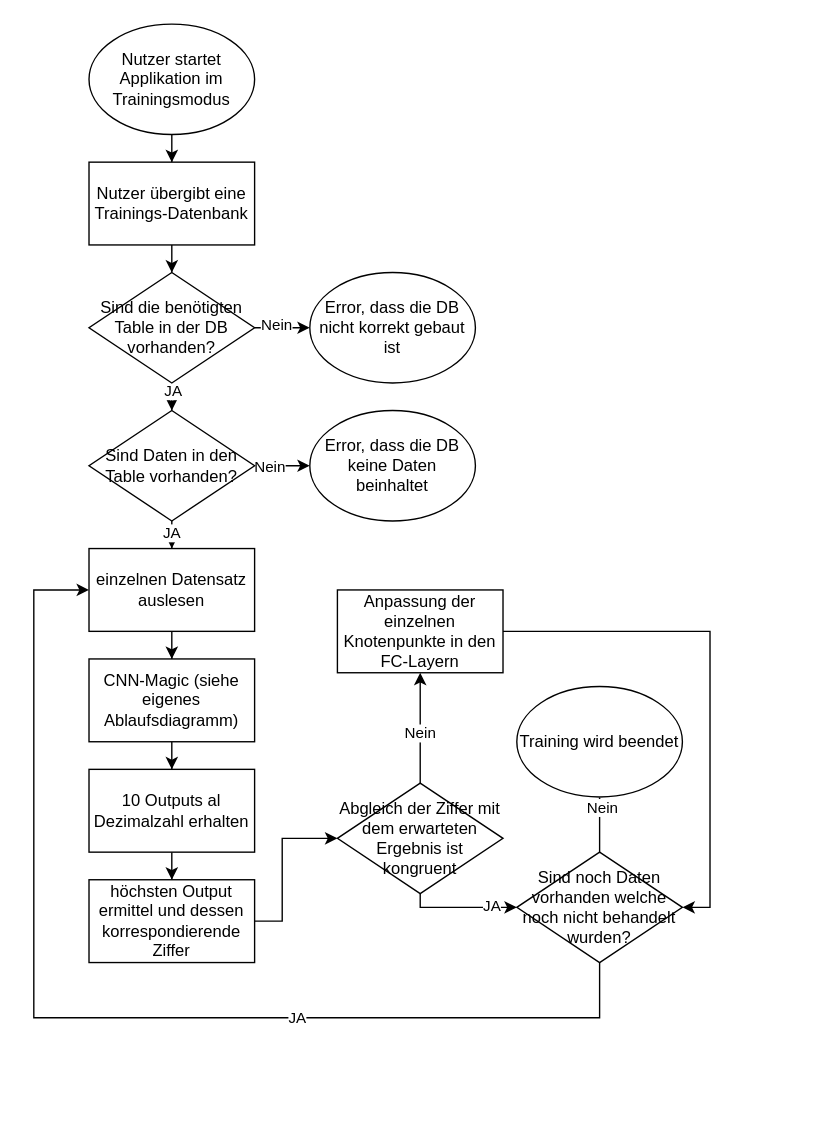
MrS-E/CKi keeps this draw.io diagram as Arbeitsabschnitte&Grundlagen/Analyse/Diagramme/Ablaufdiagramm Training.drawio. Above is the earlier version. Source tidied: cells renumbered, new cells numbered last; positions are measured from the earlier drawing's top-left corner, leaving out a move shared by most shapes. Both pictures are drawn from the tidied source at 138%, with x=0, y=0 at pixel (33, 23).
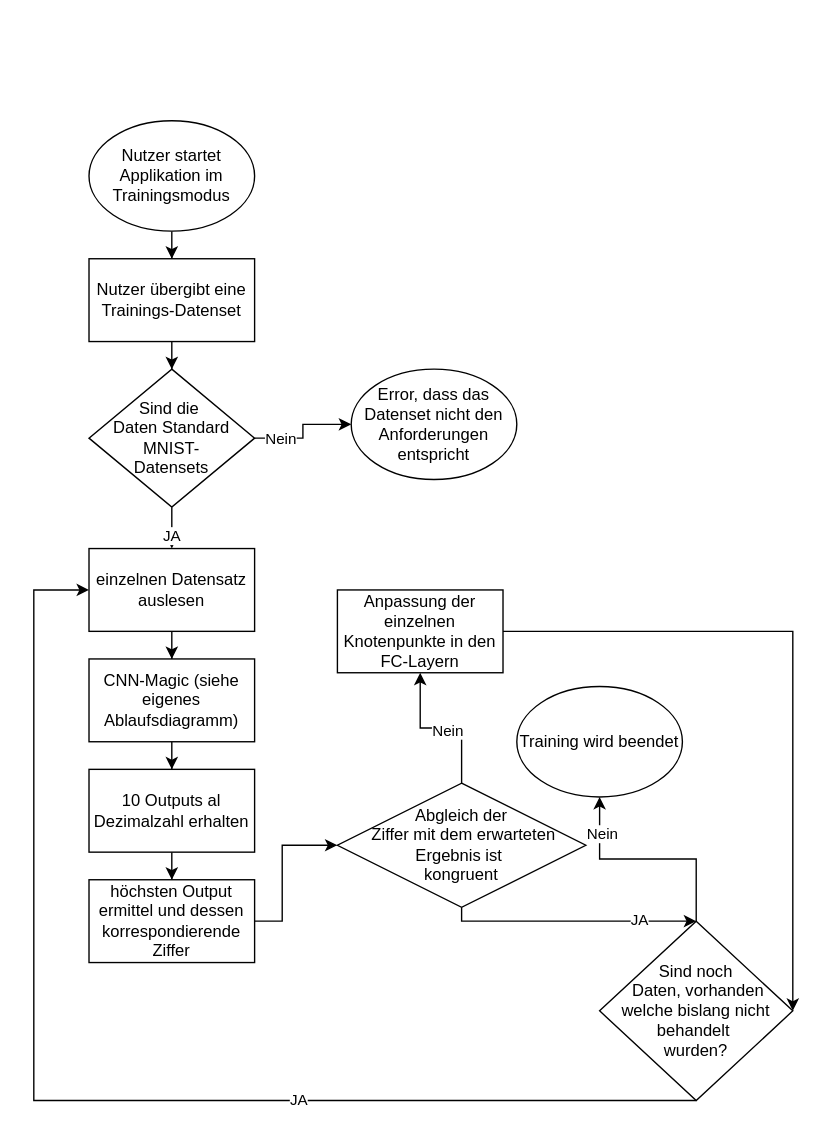
After the change.

Unchanged cells that the change refers to:
```xml
<mxCell id="17" value="einzelnen Datensatz auslesen" style="whiteSpace=wrap;html=1;" parent="1" vertex="1">
  <mxGeometry x="40" y="380" width="120" height="60" as="geometry" />
</mxCell>
<mxCell id="23" value="höchsten Output ermittel und dessen korrespondierende Ziffer" style="whiteSpace=wrap;html=1;" parent="1" vertex="1">
  <mxGeometry x="40" y="620" width="120" height="60" as="geometry" />
</mxCell>
<mxCell id="36" value="Anpassung der einzelnen Knotenpunkte in den FC-Layern" style="whiteSpace=wrap;html=1;" parent="1" vertex="1">
  <mxGeometry x="220" y="410" width="120" height="60" as="geometry" />
</mxCell>
```

Diff of the diagram source:
```diff
@@
     <mxCell id="3" value="Nutzer startet Applikation im Trainingsmodus" style="ellipse;whiteSpace=wrap;html=1;" parent="1" vertex="1">
-      <mxGeometry x="40" width="120" height="80" as="geometry" />
+      <mxGeometry x="40" y="70" width="120" height="80" as="geometry" />
     </mxCell>
-    <mxCell id="4" style="edgeStyle=orthogonalEdgeStyle;rounded=0;jettySize=auto;html=1;" parent="1" edge="1" source="5" target="10">
+    <mxCell id="4" style="edgeStyle=orthogonalEdgeStyle;rounded=0;jettySize=auto;html=1;entryX=0.5;entryY=0;entryDx=0;entryDy=0;" parent="1" edge="1" source="5" target="15">
       <mxGeometry relative="1" as="geometry" />
     </mxCell>
-    <mxCell id="5" value="Nutzer übergibt eine Trainings-Datenbank" style="whiteSpace=wrap;html=1;" parent="1" vertex="1">
-      <mxGeometry x="40" y="100" width="120" height="60" as="geometry" />
+    <mxCell id="5" value="Nutzer übergibt eine Trainings-Datenset" style="whiteSpace=wrap;html=1;" parent="1" vertex="1">
+      <mxGeometry x="40" y="170" width="120" height="60" as="geometry" />
     </mxCell>
-    <mxCell id="6" style="edgeStyle=orthogonalEdgeStyle;rounded=0;jettySize=auto;html=1;" parent="1" edge="1" source="10" target="15">
-      <mxGeometry relative="1" as="geometry" />
-    </mxCell>
-    <mxCell id="7" value="JA" style="edgeLabel;html=1;align=center;verticalAlign=middle;" parent="6" vertex="1">
-      <mxGeometry x="0.5" relative="1" as="geometry" />
-    </mxCell>
-    <mxCell id="8" style="edgeStyle=orthogonalEdgeStyle;rounded=0;jettySize=auto;html=1;exitX=1;exitY=0.5;exitDx=0;exitDy=0;entryX=0;entryY=0.5;entryDx=0;entryDy=0;" parent="1" edge="1" source="10" target="37">
-      <mxGeometry relative="1" as="geometry" />
-    </mxCell>
-    <mxCell id="9" value="Nein" style="edgeLabel;html=1;align=center;verticalAlign=middle;" parent="8" vertex="1">
-      <mxGeometry x="-0.25" y="3" relative="1" as="geometry" />
-    </mxCell>
-    <mxCell id="10" value="Sind die benötigten Table in der DB vorhanden?" style="rhombus;whiteSpace=wrap;html=1;" parent="1" vertex="1">
-      <mxGeometry x="40" y="180" width="120" height="80" as="geometry" />
-    </mxCell>
@@
-    <mxCell id="15" value="Sind Daten in den Table vorhanden?" style="rhombus;whiteSpace=wrap;html=1;" parent="1" vertex="1">
-      <mxGeometry x="40" y="280" width="120" height="80" as="geometry" />
+    <mxCell id="15" value="&lt;div&gt;Sind die&amp;nbsp;&lt;/div&gt;&lt;div&gt;Daten Standard MNIST-&lt;/div&gt;&lt;div&gt;Datensets&lt;/div&gt;" style="rhombus;whiteSpace=wrap;html=1;" parent="1" vertex="1">
+      <mxGeometry x="40" y="250" width="120" height="100" as="geometry" />
     </mxCell>
@@
     <mxCell id="22" style="edgeStyle=orthogonalEdgeStyle;rounded=0;jettySize=auto;html=1;entryX=0;entryY=0.5;entryDx=0;entryDy=0;" parent="1" edge="1" source="23" target="28">
       <mxGeometry relative="1" as="geometry">
         <Array as="points">
           <mxPoint x="180" y="650" />
-          <mxPoint x="180" y="590" />
+          <mxPoint x="180" y="595" />
         </Array>
       </mxGeometry>
     </mxCell>
@@
     <mxCell id="24" style="edgeStyle=orthogonalEdgeStyle;rounded=0;jettySize=auto;html=1;exitX=0.5;exitY=1;exitDx=0;exitDy=0;" parent="1" edge="1" source="28" target="33">
       <mxGeometry relative="1" as="geometry">
         <Array as="points">
-          <mxPoint x="280" y="640" />
+          <mxPoint x="310" y="650" />
         </Array>
       </mxGeometry>
     </mxCell>
@@
-    <mxCell id="28" value="Abgleich der Ziffer mit dem erwarteten Ergebnis ist kongruent" style="rhombus;whiteSpace=wrap;html=1;" parent="1" vertex="1">
-      <mxGeometry x="220" y="550" width="120" height="80" as="geometry" />
+    <mxCell id="28" value="&lt;div&gt;Abgleich der&lt;/div&gt;&lt;div&gt;&amp;nbsp;Ziffer mit dem erwarteten Ergebnis ist&amp;nbsp;&lt;/div&gt;&lt;div&gt;kongruent&lt;/div&gt;" style="rhombus;whiteSpace=wrap;html=1;" parent="1" vertex="1">
+      <mxGeometry x="220" y="550" width="180" height="90" as="geometry" />
     </mxCell>
     <mxCell id="29" style="edgeStyle=orthogonalEdgeStyle;rounded=0;jettySize=auto;html=1;entryX=0;entryY=0.5;entryDx=0;entryDy=0;exitX=0.5;exitY=1;exitDx=0;exitDy=0;" parent="1" edge="1" source="33" target="17">
       <mxGeometry relative="1" as="geometry">
         <Array as="points">
-          <mxPoint x="410" y="720" />
-          <mxPoint y="720" />
+          <mxPoint y="780" />
           <mxPoint y="410" />
         </Array>
       </mxGeometry>
     </mxCell>
@@
-    <mxCell id="33" value="Sind noch Daten vorhanden welche noch nicht behandelt wurden?" style="rhombus;whiteSpace=wrap;html=1;" parent="1" vertex="1">
-      <mxGeometry x="350" y="600" width="120" height="80" as="geometry" />
+    <mxCell id="33" value="&lt;div&gt;Sind noch&lt;/div&gt;&lt;div&gt;&amp;nbsp;Daten, vorhanden welche bislang nicht behandelt&amp;nbsp;&lt;/div&gt;&lt;div&gt;wurden?&lt;/div&gt;" style="rhombus;whiteSpace=wrap;html=1;" parent="1" vertex="1">
+      <mxGeometry x="410" y="650" width="140" height="130" as="geometry" />
     </mxCell>
@@
     <mxCell id="35" style="edgeStyle=orthogonalEdgeStyle;rounded=0;jettySize=auto;html=1;entryX=1;entryY=0.5;entryDx=0;entryDy=0;exitX=1;exitY=0.5;exitDx=0;exitDy=0;" parent="1" edge="1" source="36" target="33">
       <mxGeometry relative="1" as="geometry">
         <Array as="points">
-          <mxPoint x="490" y="440" />
-          <mxPoint x="490" y="640" />
+          <mxPoint x="550" y="440" />
         </Array>
       </mxGeometry>
     </mxCell>
@@
-    <mxCell id="37" value="Error, dass die DB nicht korrekt gebaut ist" style="ellipse;whiteSpace=wrap;html=1;" parent="1" vertex="1">
-      <mxGeometry x="200" y="180" width="120" height="80" as="geometry" />
-    </mxCell>
-    <mxCell id="38" value="Error, dass die DB keine Daten beinhaltet" style="ellipse;whiteSpace=wrap;html=1;" parent="1" vertex="1">
-      <mxGeometry x="200" y="280" width="120" height="80" as="geometry" />
+    <mxCell id="38" value="Error, dass das Datenset nicht den Anforderungen entspricht" style="ellipse;whiteSpace=wrap;html=1;" parent="1" vertex="1">
+      <mxGeometry x="230" y="250" width="120" height="80" as="geometry" />
     </mxCell>
```
